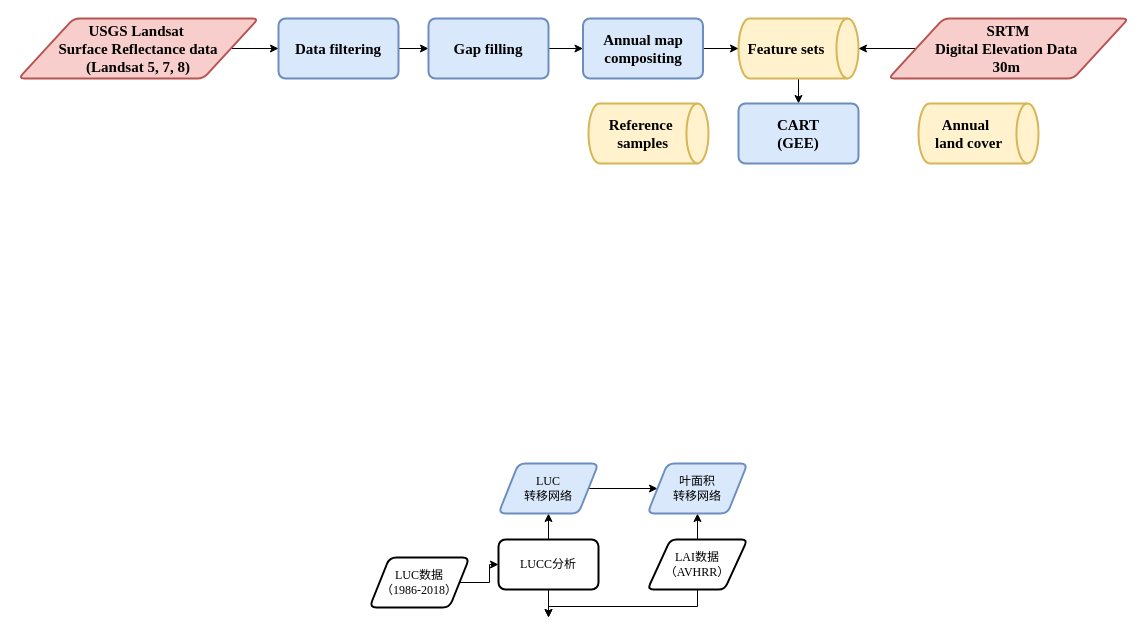
This is GEE_LC_GA.drawio from THRILLERLEMON/Draw.IO, a draw.io file, before an edit. Source tidied: cells renumbered, new cells numbered last; positions are measured from the earlier drawing's top-left corner, leaving out a move shared by most shapes. Both pictures are drawn from the tidied source at 100%, with x=0, y=0 at pixel (18, 18).
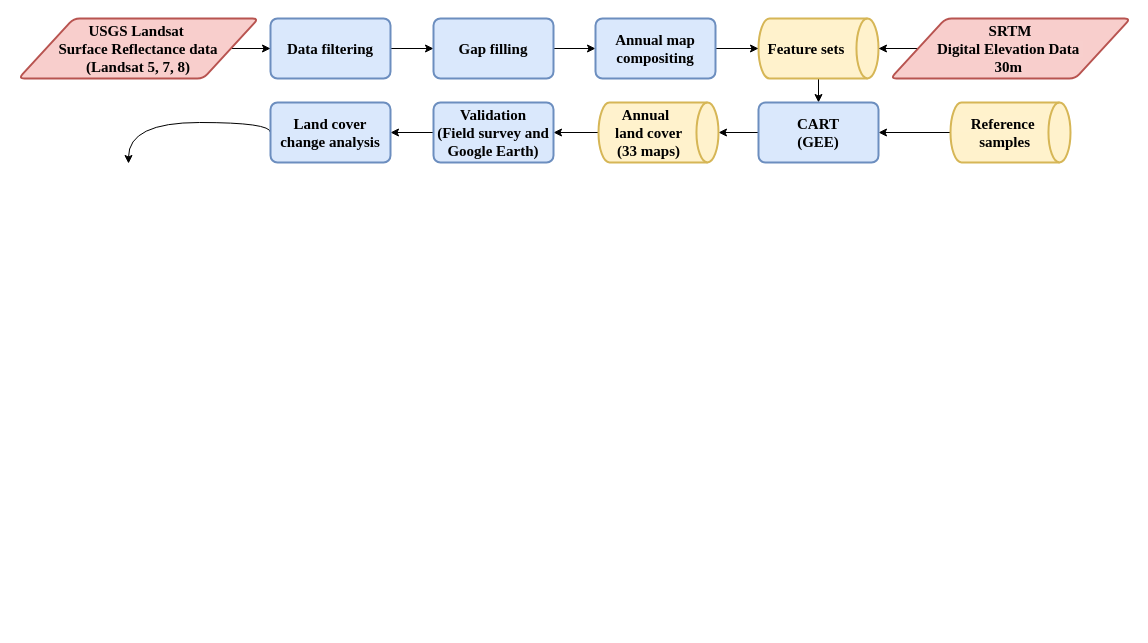
Above is the later version.

Change to the diagram source:
```diff
@@
     <mxCell id="5" value="&lt;div style=&quot;resize: none ; outline: 0px ; font-size: 15px&quot;&gt;Data filtering&lt;/div&gt;" style="rounded=1;whiteSpace=wrap;html=1;absoluteArcSize=1;arcSize=14;strokeWidth=2;fontFamily=Times New Roman;fontSize=12;fontStyle=1;fillColor=#dae8fc;strokeColor=#6c8ebf;" parent="1" vertex="1">
-      <mxGeometry x="260" width="120" height="60" as="geometry" />
+      <mxGeometry x="252" width="120" height="60" as="geometry" />
     </mxCell>
-    <mxCell id="6" style="edgeStyle=orthogonalEdgeStyle;rounded=0;jettySize=auto;html=1;fontFamily=Times New Roman;fontSize=12;" parent="1" edge="1" source="7" target="15">
-      <mxGeometry relative="1" as="geometry" />
-    </mxCell>
-    <mxCell id="7" value="LUC数据&lt;br style=&quot;font-size: 12px;&quot;&gt;（1986-2018）" style="shape=parallelogram;perimeter=parallelogramPerimeter;whiteSpace=wrap;html=1;fixedSize=1;rounded=1;strokeWidth=2;arcSize=14;fontFamily=Times New Roman;fontSize=12;" parent="1" vertex="1">
-      <mxGeometry x="351" y="539" width="100" height="50" as="geometry" />
-    </mxCell>
@@
     <mxCell id="9" value="&lt;span style=&quot;font-size: 15px ; font-weight: 700&quot;&gt;&amp;nbsp; Feature sets&lt;/span&gt;" style="strokeWidth=2;html=1;shape=mxgraph.flowchart.direct_data;whiteSpace=wrap;fontFamily=Times New Roman;fontSize=12;align=left;fillColor=#fff2cc;strokeColor=#d6b656;" parent="1" vertex="1">
-      <mxGeometry x="720" width="120" height="60" as="geometry" />
+      <mxGeometry x="740" width="120" height="60" as="geometry" />
     </mxCell>
-    <mxCell id="10" style="edgeStyle=orthogonalEdgeStyle;rounded=0;jettySize=auto;html=1;entryX=0.5;entryY=1;entryDx=0;entryDy=0;fontFamily=Times New Roman;fontSize=12;" parent="1" edge="1" source="12" target="18">
-      <mxGeometry relative="1" as="geometry" />
-    </mxCell>
-    <mxCell id="11" style="edgeStyle=orthogonalEdgeStyle;rounded=0;jettySize=auto;html=1;entryX=0.5;entryY=0;entryDx=0;entryDy=0;entryPerimeter=0;fontFamily=Times New Roman;fontSize=12;" parent="1" edge="1" source="12">
-      <mxGeometry relative="1" as="geometry">
-        <mxPoint x="530" y="599" as="targetPoint" />
-        <Array as="points">
-          <mxPoint x="679" y="588" />
-          <mxPoint x="530" y="588" />
-        </Array>
-      </mxGeometry>
-    </mxCell>
-    <mxCell id="12" value="LAI数据&lt;br style=&quot;font-size: 12px;&quot;&gt;（AVHRR）" style="shape=parallelogram;html=1;strokeWidth=2;perimeter=parallelogramPerimeter;whiteSpace=wrap;rounded=1;arcSize=12;size=0.23;fontFamily=Times New Roman;fontSize=12;" parent="1" vertex="1">
-      <mxGeometry x="629" y="521" width="100" height="50" as="geometry" />
-    </mxCell>
-    <mxCell id="13" style="edgeStyle=orthogonalEdgeStyle;rounded=0;jettySize=auto;html=1;fontFamily=Times New Roman;fontSize=12;" parent="1" edge="1" source="15" target="17">
-      <mxGeometry relative="1" as="geometry" />
-    </mxCell>
-    <mxCell id="14" style="edgeStyle=orthogonalEdgeStyle;rounded=0;jettySize=auto;html=1;exitX=0.5;exitY=1;exitDx=0;exitDy=0;entryX=0.5;entryY=0;entryDx=0;entryDy=0;entryPerimeter=0;fontFamily=Times New Roman;fontSize=12;" parent="1" edge="1" source="15">
-      <mxGeometry relative="1" as="geometry">
-        <mxPoint x="530" y="599" as="targetPoint" />
-      </mxGeometry>
-    </mxCell>
-    <mxCell id="15" value="LUCC分析" style="whiteSpace=wrap;html=1;rounded=1;strokeWidth=2;arcSize=14;fontFamily=Times New Roman;fontSize=12;" parent="1" vertex="1">
-      <mxGeometry x="480" y="521" width="100" height="50" as="geometry" />
-    </mxCell>
-    <mxCell id="16" style="edgeStyle=orthogonalEdgeStyle;rounded=0;jettySize=auto;html=1;fontFamily=Times New Roman;fontSize=12;" parent="1" edge="1" source="17" target="18">
-      <mxGeometry relative="1" as="geometry" />
-    </mxCell>
-    <mxCell id="17" value="LUC&lt;br style=&quot;font-size: 12px;&quot;&gt;转移网络" style="shape=parallelogram;perimeter=parallelogramPerimeter;whiteSpace=wrap;html=1;fixedSize=1;rounded=1;strokeWidth=2;arcSize=14;fillColor=#dae8fc;strokeColor=#6c8ebf;fontFamily=Times New Roman;fontSize=12;" parent="1" vertex="1">
-      <mxGeometry x="480" y="445" width="100" height="50" as="geometry" />
-    </mxCell>
-    <mxCell id="18" value="叶面积&lt;br style=&quot;font-size: 12px;&quot;&gt;转移网络" style="shape=parallelogram;perimeter=parallelogramPerimeter;whiteSpace=wrap;html=1;fixedSize=1;rounded=1;strokeWidth=2;arcSize=14;fillColor=#dae8fc;strokeColor=#6c8ebf;fontFamily=Times New Roman;fontSize=12;" parent="1" vertex="1">
-      <mxGeometry x="629" y="445" width="100" height="50" as="geometry" />
-    </mxCell>
@@
     <mxCell id="20" value="&lt;div style=&quot;resize: none ; outline: 0px ; font-size: 15px&quot;&gt;Gap filling&lt;/div&gt;" style="rounded=1;whiteSpace=wrap;html=1;absoluteArcSize=1;arcSize=14;strokeWidth=2;fontFamily=Times New Roman;fontSize=12;fontStyle=1;fillColor=#dae8fc;strokeColor=#6c8ebf;" parent="1" vertex="1">
-      <mxGeometry x="410" width="120" height="60" as="geometry" />
+      <mxGeometry x="415" width="120" height="60" as="geometry" />
     </mxCell>
@@
     <mxCell id="22" value="&lt;div style=&quot;resize: none ; outline: 0px ; font-size: 15px&quot;&gt;Annual map compositing&lt;/div&gt;" style="rounded=1;whiteSpace=wrap;html=1;absoluteArcSize=1;arcSize=14;strokeWidth=2;fontFamily=Times New Roman;fontSize=12;fontStyle=1;fillColor=#dae8fc;strokeColor=#6c8ebf;" parent="1" vertex="1">
-      <mxGeometry x="564.5" width="120" height="60" as="geometry" />
+      <mxGeometry x="577" width="120" height="60" as="geometry" />
     </mxCell>
-    <mxCell id="23" style="edgeStyle=orthogonalEdgeStyle;rounded=0;jettySize=auto;html=1;entryX=1;entryY=0.5;entryDx=0;entryDy=0;entryPerimeter=0;" parent="1" edge="1" source="24" target="9">
+    <mxCell id="23" style="edgeStyle=orthogonalEdgeStyle;rounded=0;jettySize=auto;html=1;exitX=0;exitY=0.5;exitDx=0;exitDy=0;entryX=1;entryY=0.5;entryDx=0;entryDy=0;entryPerimeter=0;" parent="1" edge="1" source="24" target="9">
       <mxGeometry relative="1" as="geometry" />
     </mxCell>
     <mxCell id="24" value="&lt;div style=&quot;resize: none ; outline: 0px ; font-size: 15px ; font-weight: 700&quot;&gt;&lt;span style=&quot;background-color: rgba(255 , 255 , 255 , 0.01)&quot;&gt;SRTM&lt;/span&gt;&lt;/div&gt;&lt;div style=&quot;resize: none ; outline: 0px ; font-size: 15px ; font-weight: 700&quot;&gt;&lt;span style=&quot;background-color: rgba(255 , 255 , 255 , 0.01)&quot;&gt;Digital Elevation Data&amp;nbsp;&lt;/span&gt;&lt;/div&gt;&lt;div style=&quot;resize: none ; outline: 0px ; font-size: 15px ; font-weight: 700&quot;&gt;&lt;span style=&quot;background-color: rgba(255 , 255 , 255 , 0.01)&quot;&gt;30m&amp;nbsp;&lt;/span&gt;&lt;br&gt;&lt;/div&gt;" style="shape=parallelogram;html=1;strokeWidth=2;perimeter=parallelogramPerimeter;whiteSpace=wrap;rounded=1;arcSize=12;size=0.23;fontFamily=Times New Roman;fontSize=12;fillColor=#f8cecc;strokeColor=#b85450;" parent="1" vertex="1">
-      <mxGeometry x="870" width="240" height="60" as="geometry" />
+      <mxGeometry x="872" width="240" height="60" as="geometry" />
     </mxCell>
+    <mxCell id="28" style="edgeStyle=orthogonalEdgeStyle;rounded=0;jettySize=auto;html=1;" parent="1" edge="1" source="25" target="26">
+      <mxGeometry relative="1" as="geometry" />
+    </mxCell>
     <mxCell id="25" value="&lt;span style=&quot;font-size: 15px ; font-weight: 700 ; text-align: center ; background-color: rgba(255 , 255 , 255 , 0.01)&quot;&gt;&amp;nbsp; &amp;nbsp; &amp;nbsp;Reference&lt;/span&gt;&lt;div style=&quot;resize: none ; outline: 0px ; font-size: 15px ; font-weight: 700 ; text-align: center&quot;&gt;&amp;nbsp; &amp;nbsp; &amp;nbsp; samples&lt;/div&gt;" style="strokeWidth=2;html=1;shape=mxgraph.flowchart.direct_data;whiteSpace=wrap;fontFamily=Times New Roman;fontSize=12;align=left;fillColor=#fff2cc;strokeColor=#d6b656;" parent="1" vertex="1">
-      <mxGeometry x="570" y="85" width="120" height="60" as="geometry" />
+      <mxGeometry x="932" y="84" width="120" height="60" as="geometry" />
     </mxCell>
+    <mxCell id="29" style="edgeStyle=orthogonalEdgeStyle;rounded=0;jettySize=auto;html=1;exitX=0;exitY=0.5;exitDx=0;exitDy=0;entryX=1;entryY=0.5;entryDx=0;entryDy=0;entryPerimeter=0;" parent="1" edge="1" source="26" target="27">
+      <mxGeometry relative="1" as="geometry" />
+    </mxCell>
     <mxCell id="26" value="&lt;div style=&quot;resize: none ; outline: 0px ; font-size: 15px&quot;&gt;CART&lt;/div&gt;&lt;div style=&quot;resize: none ; outline: 0px ; font-size: 15px&quot;&gt;(GEE)&lt;/div&gt;" style="rounded=1;whiteSpace=wrap;html=1;absoluteArcSize=1;arcSize=14;strokeWidth=2;fontFamily=Times New Roman;fontSize=12;fontStyle=1;fillColor=#dae8fc;strokeColor=#6c8ebf;" parent="1" vertex="1">
-      <mxGeometry x="720" y="85" width="120" height="60" as="geometry" />
+      <mxGeometry x="740" y="84" width="120" height="60" as="geometry" />
     </mxCell>
+    <mxCell id="30" style="edgeStyle=orthogonalEdgeStyle;rounded=0;jettySize=auto;html=1;exitX=0;exitY=0.5;exitDx=0;exitDy=0;exitPerimeter=0;entryX=1;entryY=0.5;entryDx=0;entryDy=0;" parent="1" edge="1" source="27" target="32">
+      <mxGeometry relative="1" as="geometry" />
+    </mxCell>
-    <mxCell id="27" value="&lt;span style=&quot;font-size: 15px ; font-weight: 700 ; text-align: center ; background-color: rgba(255 , 255 , 255 , 0.01)&quot;&gt;&amp;nbsp; &amp;nbsp; &amp;nbsp; Annual&lt;/span&gt;&lt;div style=&quot;resize: none ; outline: 0px ; font-size: 15px ; font-weight: 700 ; text-align: center&quot;&gt;&amp;nbsp; &amp;nbsp; land cover&lt;/div&gt;" style="strokeWidth=2;html=1;shape=mxgraph.flowchart.direct_data;whiteSpace=wrap;fontFamily=Times New Roman;fontSize=12;align=left;fillColor=#fff2cc;strokeColor=#d6b656;" parent="1" vertex="1">
-      <mxGeometry x="900" y="85" width="120" height="60" as="geometry" />
+    <mxCell id="27" value="&lt;span style=&quot;font-size: 15px ; font-weight: 700 ; text-align: center ; background-color: rgba(255 , 255 , 255 , 0.01)&quot;&gt;&amp;nbsp; &amp;nbsp; &amp;nbsp; Annual&lt;/span&gt;&lt;div style=&quot;resize: none ; outline: 0px ; font-size: 15px ; font-weight: 700 ; text-align: center&quot;&gt;&amp;nbsp; &amp;nbsp; land cover&lt;/div&gt;&lt;div style=&quot;resize: none ; outline: 0px ; font-size: 15px ; font-weight: 700 ; text-align: center&quot;&gt;&amp;nbsp; &amp;nbsp; (33 maps)&lt;/div&gt;" style="strokeWidth=2;html=1;shape=mxgraph.flowchart.direct_data;whiteSpace=wrap;fontFamily=Times New Roman;fontSize=12;align=left;fillColor=#fff2cc;strokeColor=#d6b656;" parent="1" vertex="1">
+      <mxGeometry x="580" y="84" width="120" height="60" as="geometry" />
     </mxCell>
+    <mxCell id="31" style="edgeStyle=orthogonalEdgeStyle;rounded=0;jettySize=auto;html=1;" parent="1" edge="1" source="32" target="34">
+      <mxGeometry relative="1" as="geometry" />
+    </mxCell>
+    <mxCell id="32" value="&lt;div style=&quot;resize: none ; outline: 0px ; font-size: 15px&quot;&gt;&lt;span style=&quot;background-color: rgba(255 , 255 , 255 , 0.01)&quot;&gt;Validation&lt;/span&gt;&lt;br&gt;&lt;div style=&quot;resize: none ; outline: 0px&quot;&gt;(Field survey and Google Earth)&lt;/div&gt;&lt;/div&gt;" style="rounded=1;whiteSpace=wrap;html=1;absoluteArcSize=1;arcSize=14;strokeWidth=2;fontFamily=Times New Roman;fontSize=12;fontStyle=1;fillColor=#dae8fc;strokeColor=#6c8ebf;" parent="1" vertex="1">
+      <mxGeometry x="415" y="84" width="120" height="60" as="geometry" />
+    </mxCell>
+    <mxCell id="33" style="edgeStyle=orthogonalEdgeStyle;curved=1;rounded=0;jettySize=auto;html=1;exitX=0;exitY=0.5;exitDx=0;exitDy=0;shadow=0;" parent="1" edge="1" source="34">
+      <mxGeometry relative="1" as="geometry">
+        <mxPoint x="110" y="145" as="targetPoint" />
+        <Array as="points">
+          <mxPoint x="252" y="104" />
+          <mxPoint x="110" y="104" />
+        </Array>
+      </mxGeometry>
+    </mxCell>
+    <mxCell id="34" value="&lt;div style=&quot;resize: none ; outline: 0px&quot;&gt;&lt;span style=&quot;font-size: 15px&quot;&gt;Land cover change analysis&lt;/span&gt;&lt;br&gt;&lt;/div&gt;" style="rounded=1;whiteSpace=wrap;html=1;absoluteArcSize=1;arcSize=14;strokeWidth=2;fontFamily=Times New Roman;fontSize=12;fontStyle=1;fillColor=#dae8fc;strokeColor=#6c8ebf;" parent="1" vertex="1">
+      <mxGeometry x="252" y="84" width="120" height="60" as="geometry" />
+    </mxCell>
```
